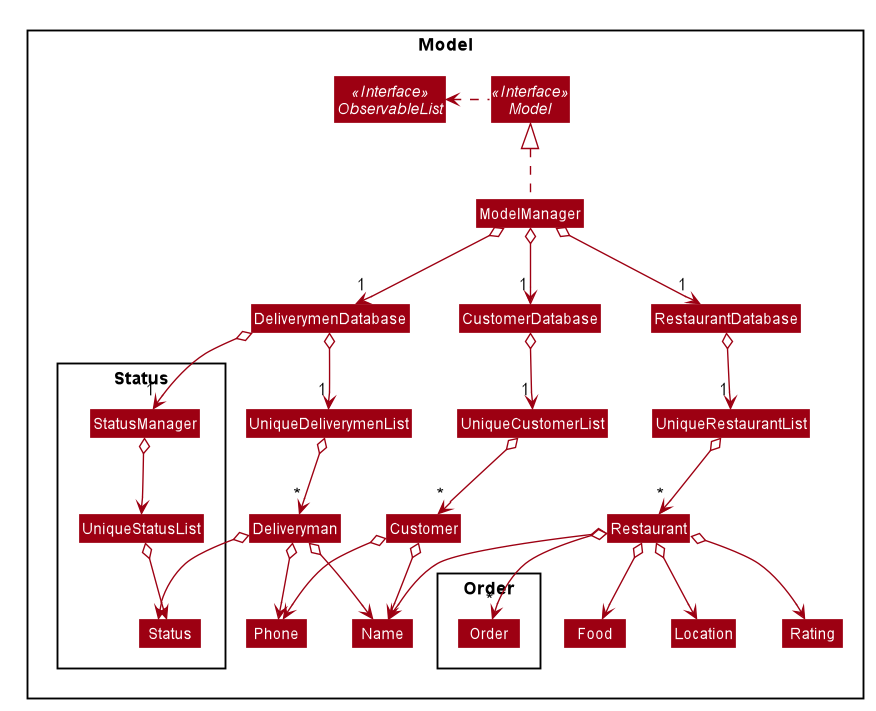
Before: docs/images/ModelArchitecture_alternative_.png, a diagram exported from PlantUML (nus-cs2103-AY1920S1/addressbook-level3). Its diagram source:
```plantuml
@startuml








skinparam BackgroundColor #FFFFFFF

skinparam Shadowing false

skinparam Class {
    FontColor #FFFFFF
    BorderThickness 1
    BorderColor #FFFFFF
    StereotypeFontColor #FFFFFF
    FontName Arial
}

skinparam Actor {
    BorderColor #000000
    Color #000000
    FontName Arial
}

skinparam Sequence {
    MessageAlign center
    BoxFontSize 15
    BoxPadding 0
    BoxFontColor #FFFFFF
    FontName Arial
}

skinparam Participant {
    FontColor #FFFFFFF
    Padding 20
}

skinparam MinClassWidth 50
skinparam ParticipantPadding 10
skinparam Shadowing false
skinparam DefaultTextAlignment center
skinparam packageStyle Rectangle

hide footbox
hide members
hide circle
skinparam arrowThickness 1.1
skinparam arrowColor #9D0012
skinparam classBackgroundColor #9D0012

Package Model <<Rectangle>>{
Interface Model <<Interface>>
Interface ObservableList <<Interface>>
Class ModelManager
Class CustomerDatabase
Class DeliverymenDatabase
Class RestaurantDatabase
Class UniqueCustomerList
Class UniqueDeliverymenList
Class UniqueRestaurantList
Class Customer
Class Deliveryman
Class Restaurant
Class Food
Class Name
Class Phone
Class Location
Class Rating

Package Order {
Class Order
}

Package Status {
Class StatusManager
Class Status
Class UniqueStatusList
}

ModelManager .up.|> Model
Model .left.> ObservableList

ModelManager o--> "1" CustomerDatabase
ModelManager o--> "1" DeliverymenDatabase
ModelManager o--> "1" RestaurantDatabase

CustomerDatabase o--> "1" UniqueCustomerList
DeliverymenDatabase o--> "1" UniqueDeliverymenList
DeliverymenDatabase o--> "1" StatusManager
RestaurantDatabase o--> "1" UniqueRestaurantList

UniqueCustomerList o--> "*" Customer
UniqueDeliverymenList o--> "*" Deliveryman
UniqueRestaurantList o--> "*" Restaurant
UniqueStatusList o--> Status
StatusManager o--> UniqueStatusList

Customer o--> Name
Customer o--> Phone
Deliveryman o--> Name
Deliveryman o--> Phone
Deliveryman o--> Status
Restaurant o--> Name
Restaurant o--> Food
Restaurant o--> Location
Restaurant o--> Rating
Restaurant o--> "*" Order
Order o-[hidden]left-> Food
Status o-[hidden]left-> Deliveryman
StatusManager o-[hidden]right-> UniqueDeliverymenList
DeliverymenDatabase o-[hidden]right-> CustomerDatabase

@enduml
```
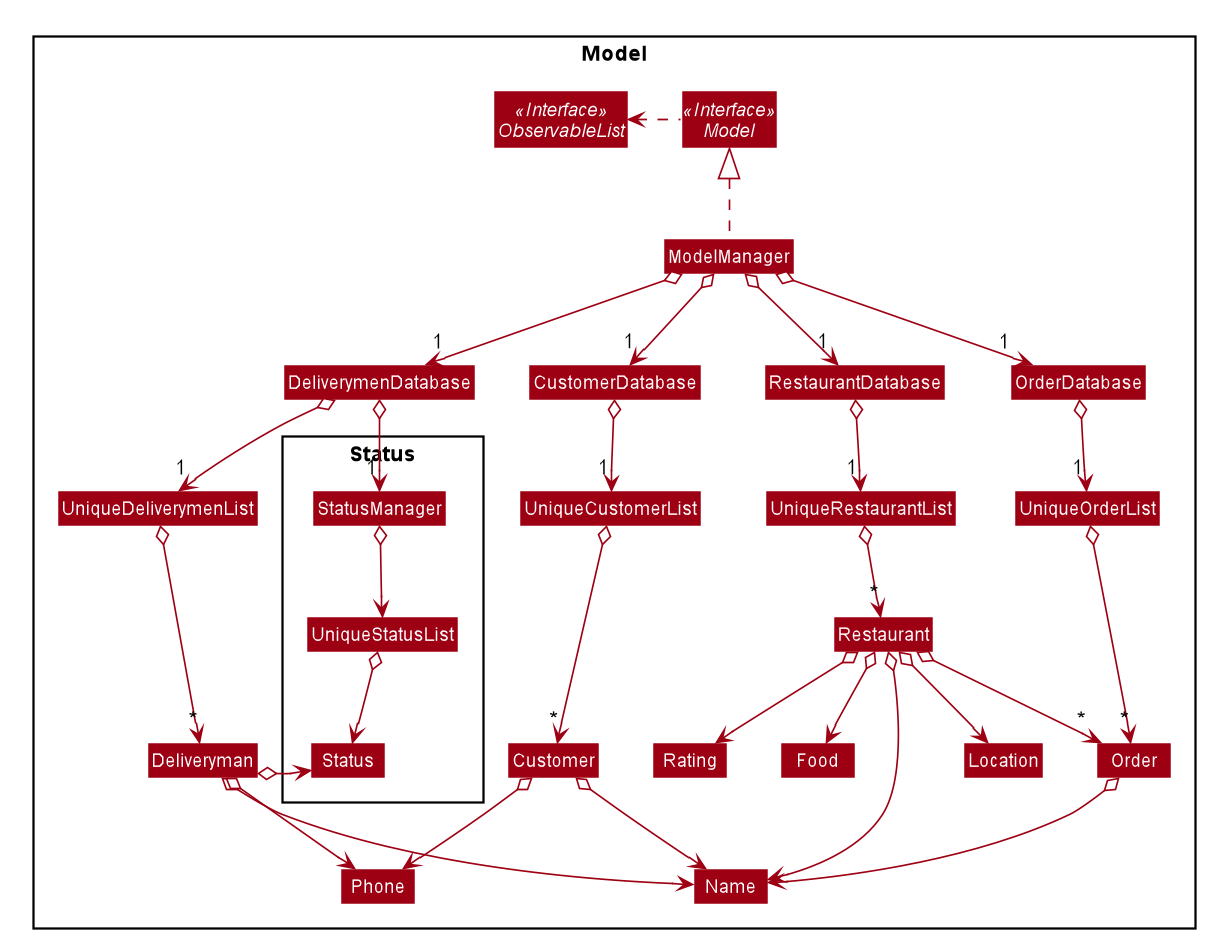
The same diagram one commit later.

Diff of the diagram source:
```diff
@@ -58,21 +58,20 @@
 Class CustomerDatabase
 Class DeliverymenDatabase
 Class RestaurantDatabase
+Class OrderDatabase
 Class UniqueCustomerList
 Class UniqueDeliverymenList
 Class UniqueRestaurantList
+Class UniqueOrderList
 Class Customer
 Class Deliveryman
 Class Restaurant
+Class Order
 Class Food
 Class Name
 Class Phone
 Class Location
 Class Rating
-
-Package Order {
-Class Order
-}
 
 Package Status {
 Class StatusManager
@@ -86,18 +85,22 @@
 ModelManager o--> "1" CustomerDatabase
 ModelManager o--> "1" DeliverymenDatabase
 ModelManager o--> "1" RestaurantDatabase
+ModelManager o--> "1" OrderDatabase
 
 CustomerDatabase o--> "1" UniqueCustomerList
 DeliverymenDatabase o--> "1" UniqueDeliverymenList
 DeliverymenDatabase o--> "1" StatusManager
 RestaurantDatabase o--> "1" UniqueRestaurantList
+OrderDatabase o--> "1" UniqueOrderList
 
 UniqueCustomerList o--> "*" Customer
 UniqueDeliverymenList o--> "*" Deliveryman
 UniqueRestaurantList o--> "*" Restaurant
+UniqueOrderList o--> "*" Order
 UniqueStatusList o--> Status
 StatusManager o--> UniqueStatusList
 
+Order o--> Name
 Customer o--> Name
 Customer o--> Phone
 Deliveryman o--> Name
```
